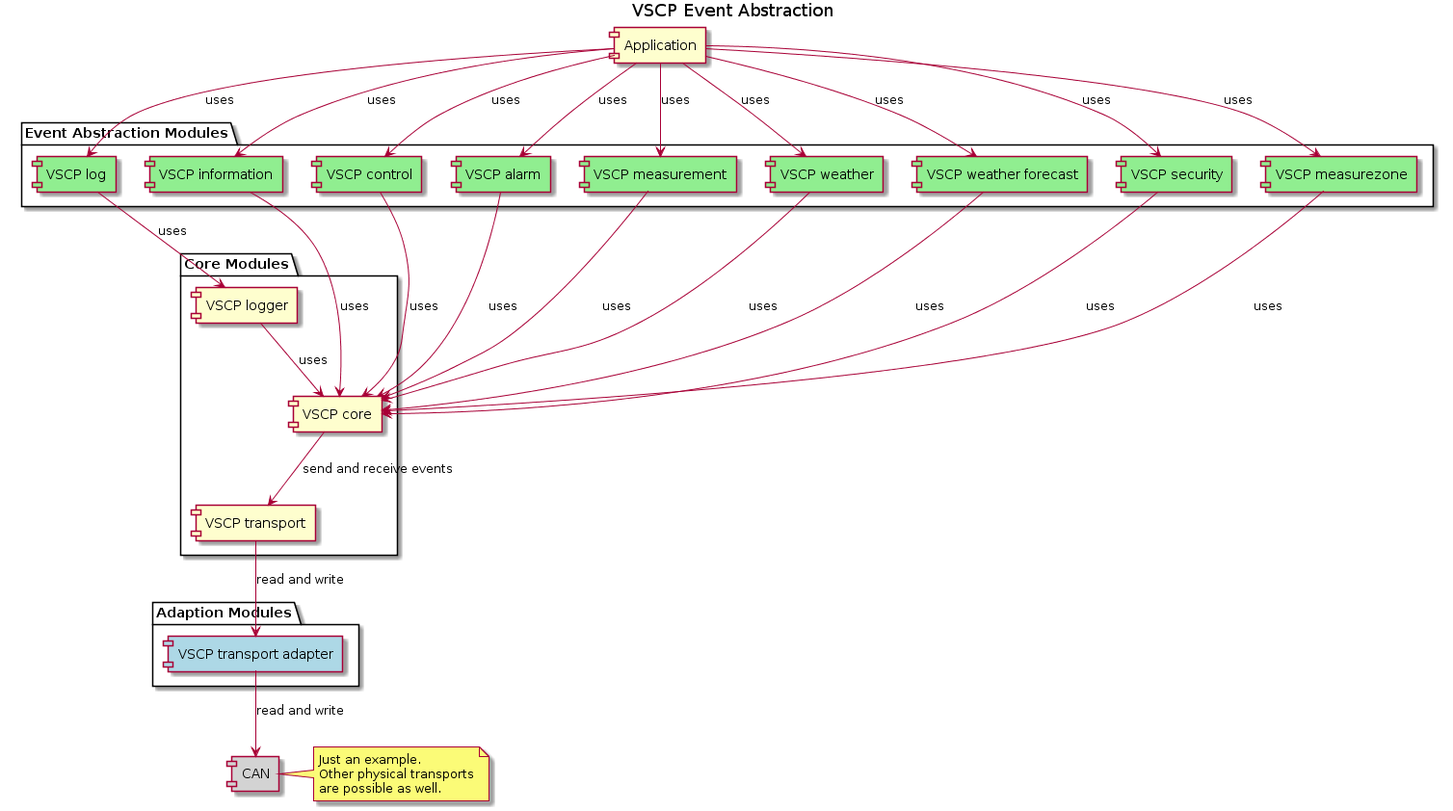
BlueAndi/vscp-framework keeps this PlantUML diagram as vscp/doc/doxfiles/vscp_event_modules.png. Above is the earlier version.
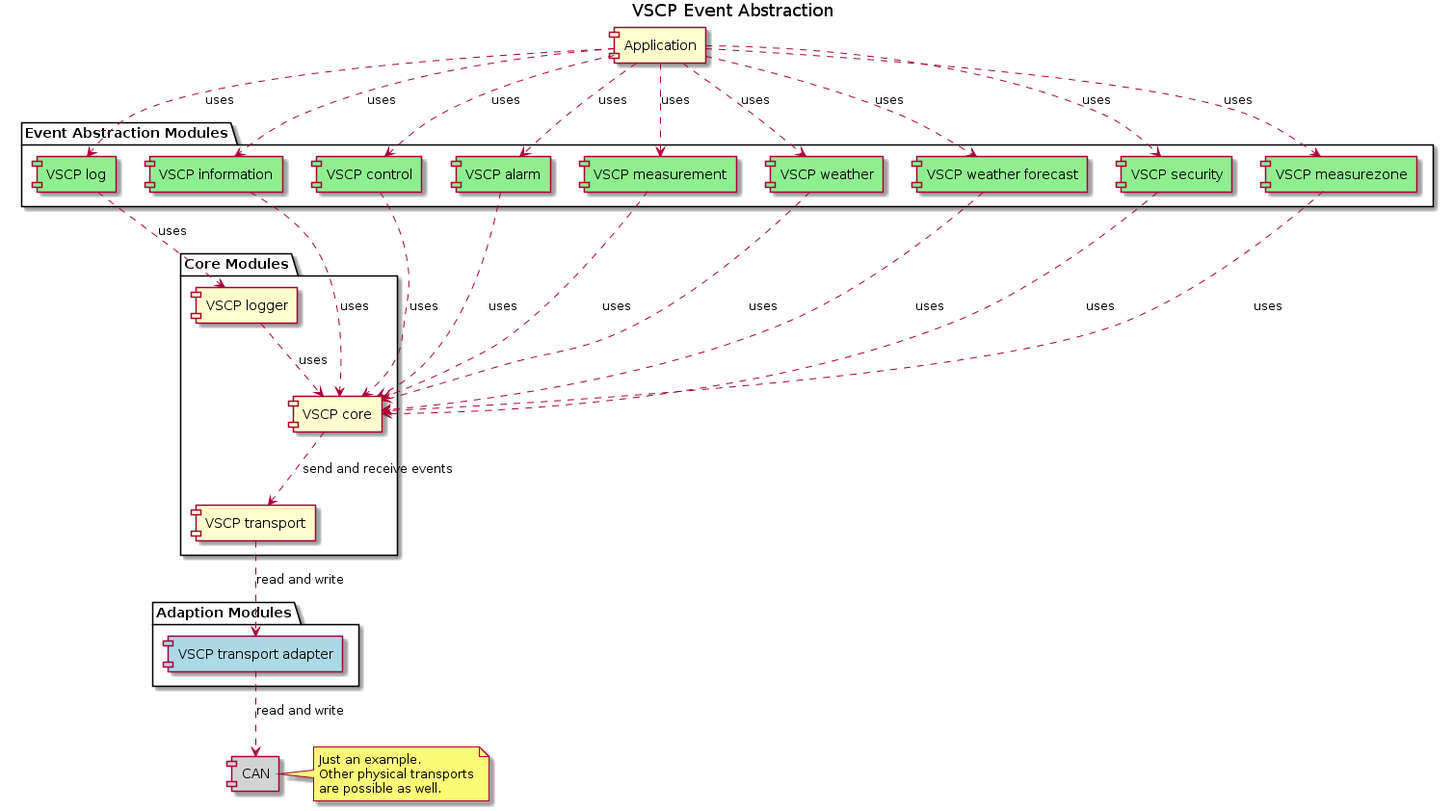
Above is the later version.

The edit, as a diff of the source:
```diff
@@ -27,33 +27,33 @@
 
 component "Application" as app
 
-app --> log: uses
-app --> information: uses
-app --> control: uses
-app --> alarm: uses
-app --> measurement: uses
-app --> weather: uses
-app --> weather_forecast: uses
-app --> security: uses
-app --> measurezone: uses
+app ..> log: uses
+app ..> information: uses
+app ..> control: uses
+app ..> alarm: uses
+app ..> measurement: uses
+app ..> weather: uses
+app ..> weather_forecast: uses
+app ..> security: uses
+app ..> measurezone: uses
 
-log --> logger: uses
-information --> core: uses
-control --> core: uses
-alarm --> core: uses
-measurement --> core: uses
-weather --> core: uses
-weather_forecast --> core: uses
-security --> core: uses
-measurezone --> core: uses
+log ..> logger: uses
+information ..> core: uses
+control ..> core: uses
+alarm ..> core: uses
+measurement ..> core: uses
+weather ..> core: uses
+weather_forecast ..> core: uses
+security ..> core: uses
+measurezone ..> core: uses
 
-logger --> core: uses
+logger ..> core: uses
 
-core --> transport: send and receive events
+core ..> transport: send and receive events
 
-transport --> transport_adapter: read and write
+transport ..> transport_adapter: read and write
 
-transport_adapter --> can: read and write
+transport_adapter ..> can: read and write
 
 note right of can
     Just an example.
```
